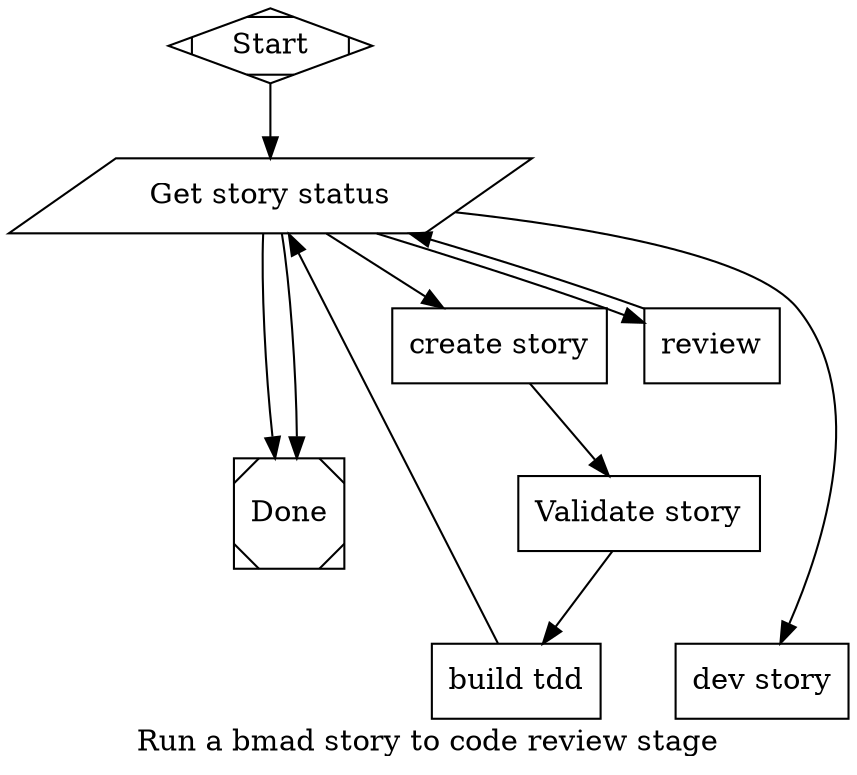
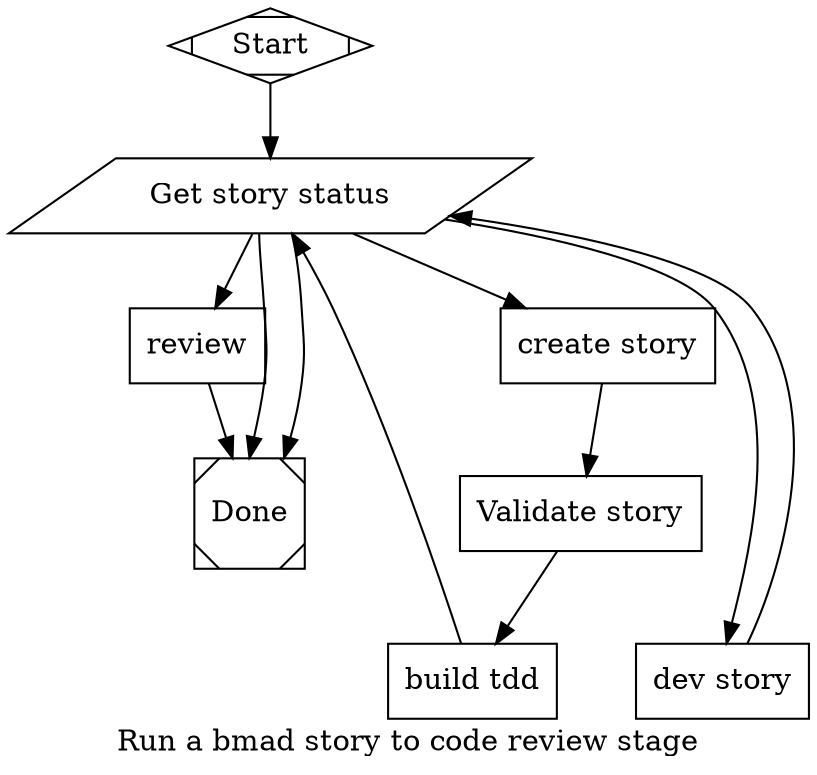

digraph BMAD {

    // ── Graph-level attributes ─────────────────────────────────────────────

    graph [
-         goal             = "7-11",
+         goal             = "7-12",
        label            = "Run a bmad story to code review stage",

        // default_max_retries applies to every node that omits max_retries
        default_max_retries = 1,

        // default_fidelity: compact = structured bullet-point context summary
        default_fidelity = "compact",

        // model_stylesheet: CSS-like rules for LLM model/provider/effort.
        //   *         → universal (lowest specificity)
        //   .class    → class-name match (medium)
        //   #node_id  → exact node ID (highest)
        model_stylesheet = "
            * { llm_model: claude-sonnet-4-6; llm_provider: anthropic; reasoning_effort: high; }
            .fast    { llm_model: claude-haiku-4-5; reasoning_effort: low; }
            #plan    { reasoning_effort: low; }
        "
    ]

    // Node and edge default blocks — apply to all subsequent declarations
    // in this scope; individual nodes/edges may override.
    node [shape=box, timeout="40m"]
    edge [weight=0]


    // ── Entry and exit ─────────────────────────────────────────────────────

    start [shape=Mdiamond, label="Start"]
    done  [shape=Msquare,  label="Done"]


    // ── Routing ────────────────────────────────────────────

    get_status [
        shape=parallelogram,
        label = "Get story status",
        type = "tool",
        tool_command = "story-status.sh $goal /home/agent/bmad/_bmad-output/implementation-artifacts/sprint-status.yaml"
    ]

    // ── Implementation ────────────────────────────────────────────

    story [
        label = "create story",
        prompt = "/bmad-create-story $goal",
        max_retries   = 2
    ]

    tdd [
        label = "build tdd",
        prompt = "/bmad-testarch-atdd create tests for story $goal, complete task without prompting user"
    ]

    dev [
        label = "dev story",
-         prompt = "/bmad-dev-story story $goal"
+         prompt = "/bmad-dev-story story $goal. You MUST update sprint status for the story once dev is copmlete."
    ]

    review [
        label = "review",
        prompt = "/bmad-code-review story $goal - save all user decisions to a code review file for the user to review offline - do not prompt the user"
    ]

    ready_for_dev [
        label        = "Validate story",
        prompt = "/bmad-agent-dev validate story $goal is ready for dev. Apply any fixes required without prompting user."
    ]


    // ── Edges ──────────────────────────────────────────────────────────────

    start -> get_status
    get_status -> story [condition="context.tool.output=backlog"]
    story -> ready_for_dev -> tdd -> get_status
    get_status -> dev [condition="context.tool.output=ready-for-dev"]
+     dev -> get_status
    get_status -> review [condition="context.tool.output=review"]
-     review -> get_status
+     review -> done
    get_status -> done [condition="context.tool.output=done"]
    get_status -> done  // failure case

}
